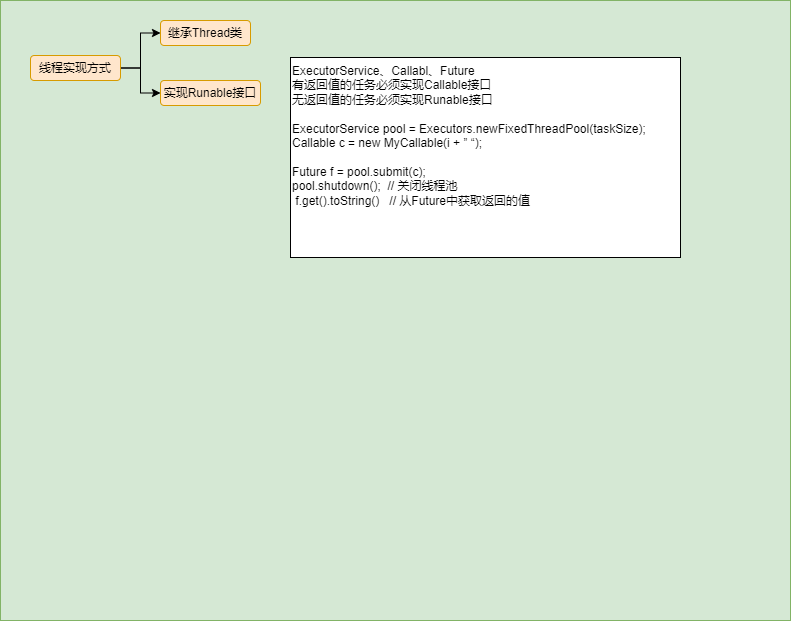
lore-study/java-picture-bed keeps this draw.io diagram as java/JUC并发编程.png. Above is the earlier version. Source tidied: cells renumbered, new cells last; positions are measured from the earlier drawing's top-left corner, leaving out a move shared by most shapes. The source it was exported from:
```xml
<mxGraphModel>
  <root>
    <mxCell id="0" />
    <mxCell id="1" parent="0" />
    <mxCell id="2" style="rounded=0;whiteSpace=wrap;html=1;fillColor=#d5e8d4;strokeColor=#82b366;" parent="1" vertex="1">
      <mxGeometry width="790" height="620" as="geometry" />
    </mxCell>
    <mxCell id="3" style="edgeStyle=orthogonalEdgeStyle;rounded=0;jettySize=auto;html=1;entryX=0;entryY=0.5;entryDx=0;entryDy=0;" parent="1" edge="1" source="5" target="6">
      <mxGeometry relative="1" as="geometry" />
    </mxCell>
    <mxCell id="4" style="edgeStyle=orthogonalEdgeStyle;rounded=0;jettySize=auto;html=1;entryX=0;entryY=0.5;entryDx=0;entryDy=0;" parent="1" edge="1" source="5" target="7">
      <mxGeometry relative="1" as="geometry" />
    </mxCell>
    <mxCell id="5" value="线程实现方式" style="rounded=1;whiteSpace=wrap;html=1;fillColor=#ffe6cc;strokeColor=#d79b00;" parent="1" vertex="1">
      <mxGeometry x="30" y="55" width="90" height="25" as="geometry" />
    </mxCell>
    <mxCell id="6" value="继承Thread类" style="rounded=1;whiteSpace=wrap;html=1;fillColor=#ffe6cc;strokeColor=#d79b00;" parent="1" vertex="1">
      <mxGeometry x="160" y="20" width="90" height="25" as="geometry" />
    </mxCell>
    <mxCell id="7" value="实现Runable接口" style="rounded=1;whiteSpace=wrap;html=1;fillColor=#ffe6cc;strokeColor=#d79b00;" parent="1" vertex="1">
      <mxGeometry x="160" y="80" width="100" height="25" as="geometry" />
    </mxCell>
    <mxCell id="8" value="ExecutorService、Callabl、Future&lt;br&gt;有返回值的任务必须实现Callable接口&lt;br&gt;无返回值的任务必须实现Runable接口&lt;br&gt;&lt;br&gt;ExecutorService pool = Executors.newFixedThreadPool(taskSize);&lt;br&gt;Callable c = new&amp;nbsp;MyCallable(i + ” “);&lt;br&gt;&lt;br&gt;Future f = pool.submit(c);&lt;br&gt;pool.shutdown();&amp;nbsp; // 关闭线程池&lt;br&gt;&amp;nbsp;f.get().toString()&amp;nbsp; &amp;nbsp;// 从Future中获取返回的值" style="rounded=0;whiteSpace=wrap;html=1;align=left;verticalAlign=top;" parent="1" vertex="1">
      <mxGeometry x="290" y="57" width="390" height="200" as="geometry" />
    </mxCell>
  </root>
</mxGraphModel>
```
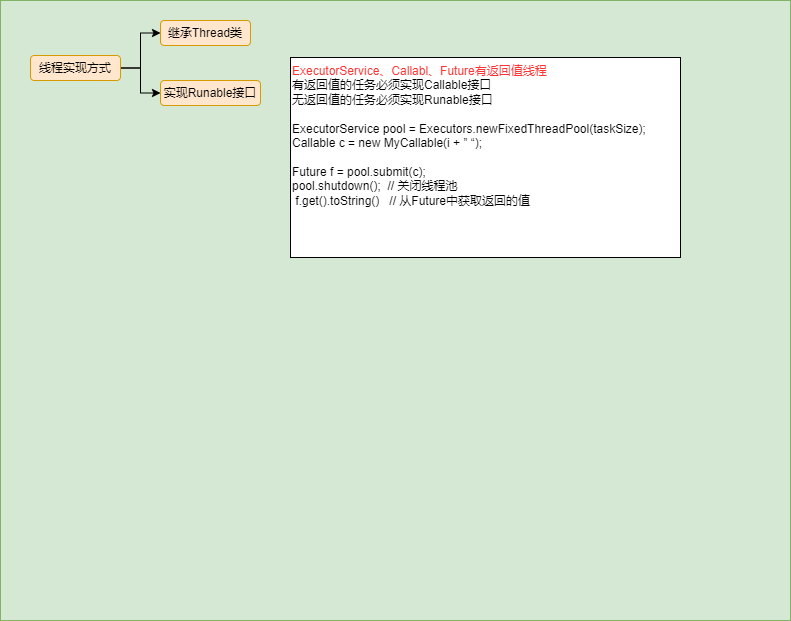
The same file after the commit.

Commit message:
更新JUC并发编程.png

What changed in the source:
```diff
@@ -20,7 +20,7 @@
     <mxCell id="7" value="实现Runable接口" style="rounded=1;whiteSpace=wrap;html=1;fillColor=#ffe6cc;strokeColor=#d79b00;" parent="1" vertex="1">
       <mxGeometry x="160" y="80" width="100" height="25" as="geometry" />
     </mxCell>
-    <mxCell id="8" value="ExecutorService、Callabl、Future&lt;br&gt;有返回值的任务必须实现Callable接口&lt;br&gt;无返回值的任务必须实现Runable接口&lt;br&gt;&lt;br&gt;ExecutorService pool = Executors.newFixedThreadPool(taskSize);&lt;br&gt;Callable c = new&amp;nbsp;MyCallable(i + ” “);&lt;br&gt;&lt;br&gt;Future f = pool.submit(c);&lt;br&gt;pool.shutdown();&amp;nbsp; // 关闭线程池&lt;br&gt;&amp;nbsp;f.get().toString()&amp;nbsp; &amp;nbsp;// 从Future中获取返回的值" style="rounded=0;whiteSpace=wrap;html=1;align=left;verticalAlign=top;" parent="1" vertex="1">
+    <mxCell id="8" value="&lt;font color=&quot;#ff3333&quot;&gt;ExecutorService、Callabl、Future有返回值线程&lt;/font&gt;&lt;br&gt;有返回值的任务必须实现Callable接口&lt;br&gt;无返回值的任务必须实现Runable接口&lt;br&gt;&lt;br&gt;ExecutorService pool = Executors.newFixedThreadPool(taskSize);&lt;br&gt;Callable c = new&amp;nbsp;MyCallable(i + ” “);&lt;br&gt;&lt;br&gt;Future f = pool.submit(c);&lt;br&gt;pool.shutdown();&amp;nbsp; // 关闭线程池&lt;br&gt;&amp;nbsp;f.get().toString()&amp;nbsp; &amp;nbsp;// 从Future中获取返回的值" style="rounded=0;whiteSpace=wrap;html=1;align=left;verticalAlign=top;" parent="1" vertex="1">
       <mxGeometry x="290" y="57" width="390" height="200" as="geometry" />
     </mxCell>
   </root>
```
